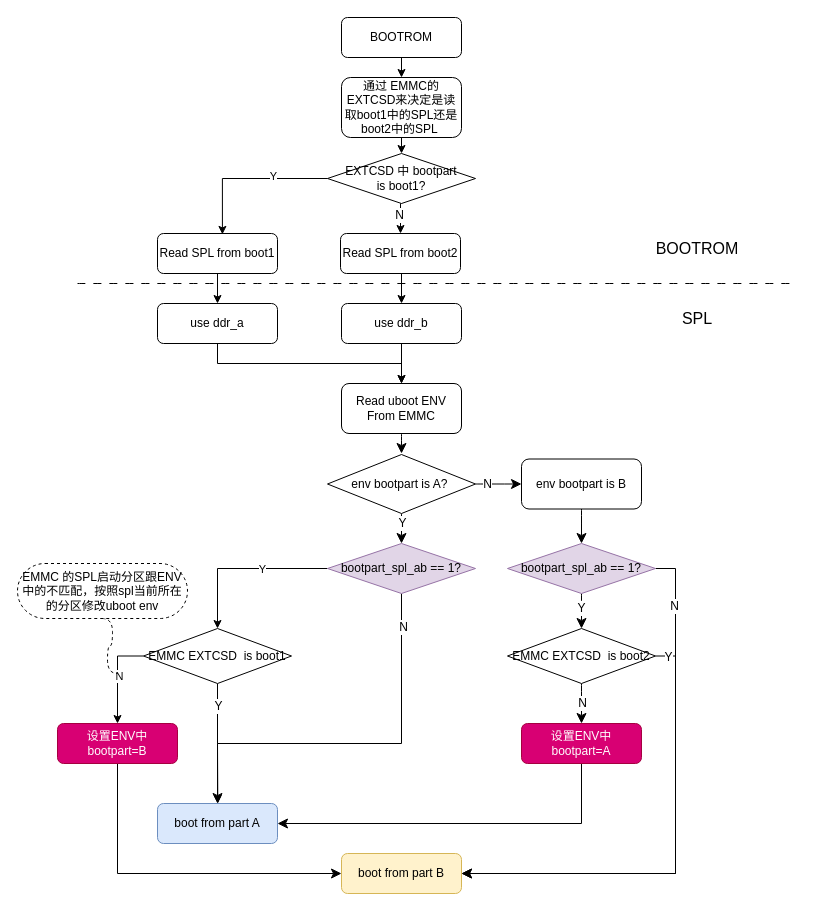
Above: AB分区.drawio in wdhgit/drawio (draw.io), before the change. Source tidied: cells renumbered, new cells numbered last; positions are measured from the earlier drawing's top-left corner, leaving out a move shared by most shapes. Both pictures are drawn from the tidied source at 100%, with x=0, y=0 at pixel (17, 17).
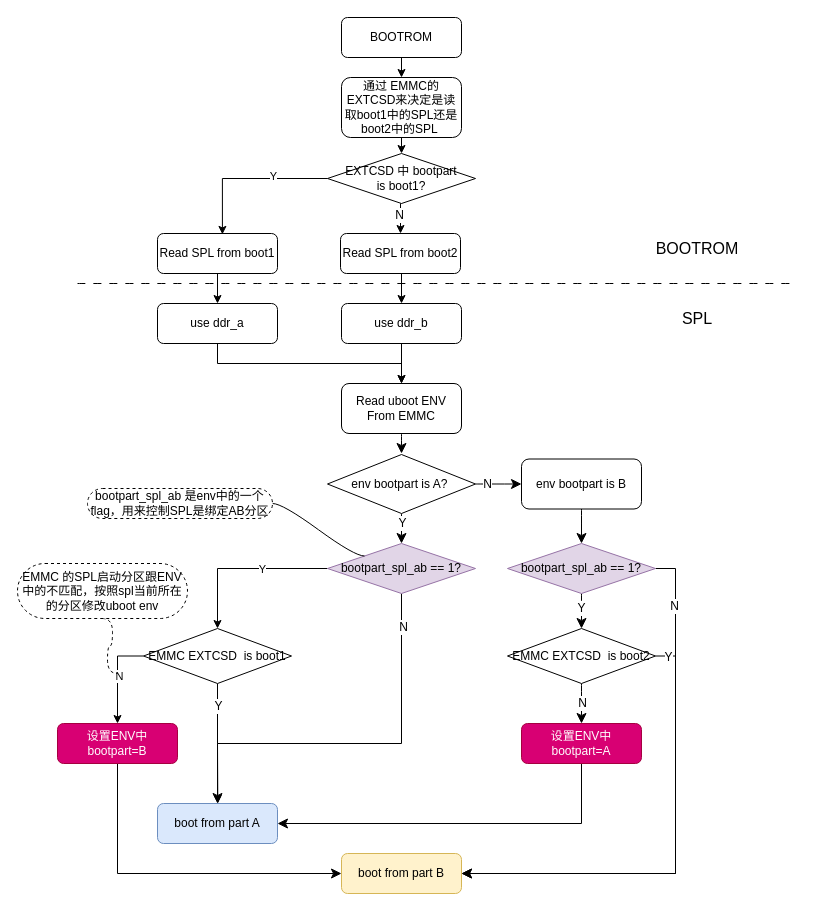
The same page after the edit.

The change refers to these unchanged cells:
```xml
<mxCell id="21" value="bootpart_spl_ab == 1?" style="rhombus;whiteSpace=wrap;html=1;fillColor=#e1d5e7;strokeColor=#9673a6;" parent="1" vertex="1">
  <mxGeometry x="310" y="526" width="148" height="50" as="geometry" />
</mxCell>
```

Change to the diagram source:
```diff
@@
+    <mxCell id="59" style="edgeStyle=entityRelationEdgeStyle;rounded=0;jettySize=auto;html=1;startArrow=none;endArrow=none;segment=10;curved=1;sourcePerimeterSpacing=0;targetPerimeterSpacing=0;entryX=0;entryY=0;entryDx=0;entryDy=0;" parent="1" edge="1" source="60" target="21">
+      <mxGeometry relative="1" as="geometry" />
+    </mxCell>
+    <mxCell id="60" value="bootpart_spl_ab 是env中的一个flag，用来控制SPL是绑定AB分区" style="whiteSpace=wrap;html=1;rounded=1;arcSize=50;align=center;verticalAlign=middle;strokeWidth=1;spacing=4;newEdgeStyle={&quot;edgeStyle&quot;:&quot;entityRelationEdgeStyle&quot;,&quot;startArrow&quot;:&quot;none&quot;,&quot;endArrow&quot;:&quot;none&quot;,&quot;segment&quot;:10,&quot;curved&quot;:1,&quot;sourcePerimeterSpacing&quot;:0,&quot;targetPerimeterSpacing&quot;:0};dashed=1;" parent="1" vertex="1">
+      <mxGeometry x="70" y="471" width="185" height="30" as="geometry" />
+    </mxCell>
```
